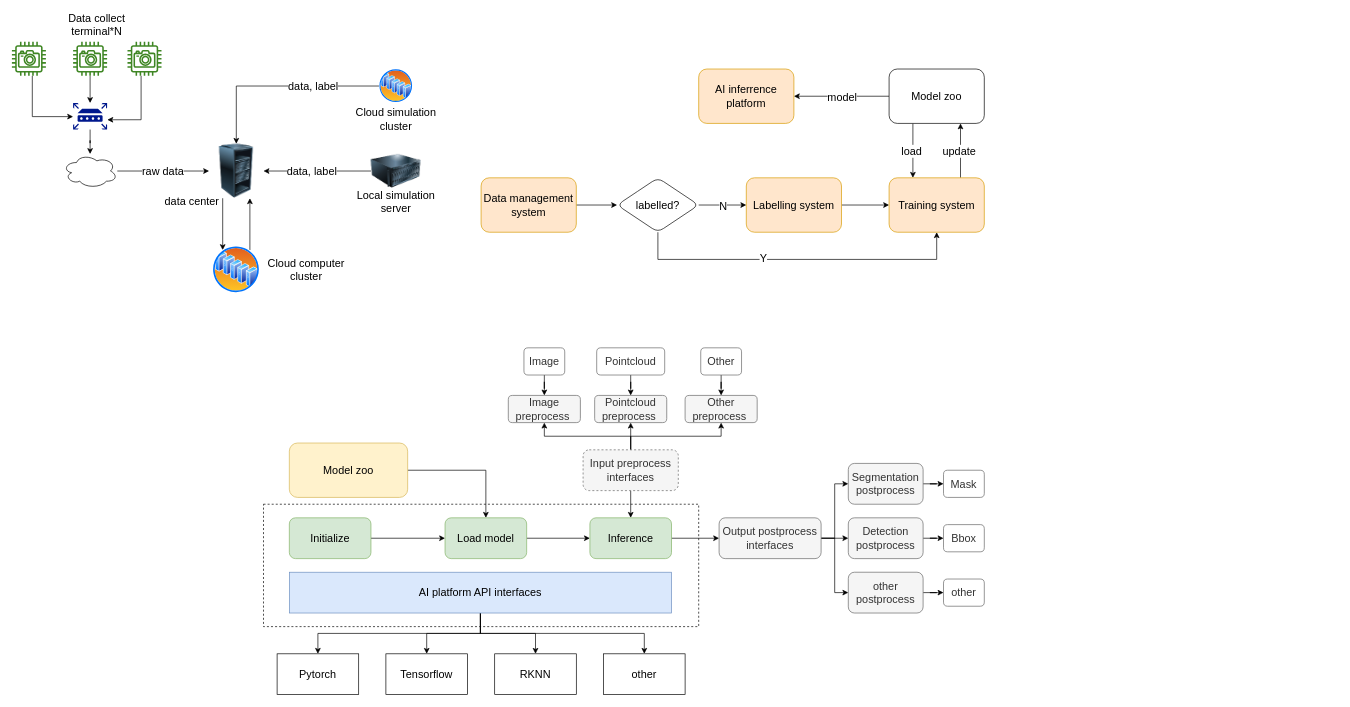
mMikaa00/For_draw_io keeps this draw.io diagram as ADU/perception/AI_iterated_evolution.drawio. Above is the earlier version. Source tidied: cells renumbered, new cells numbered last; positions are measured from the earlier drawing's top-left corner, leaving out a move shared by most shapes. Both pictures are drawn from the tidied source at 68%, with x=0, y=0 at pixel (12, 14). Pictures stored in the file or linked from it are replaced by grey dashed boxes.
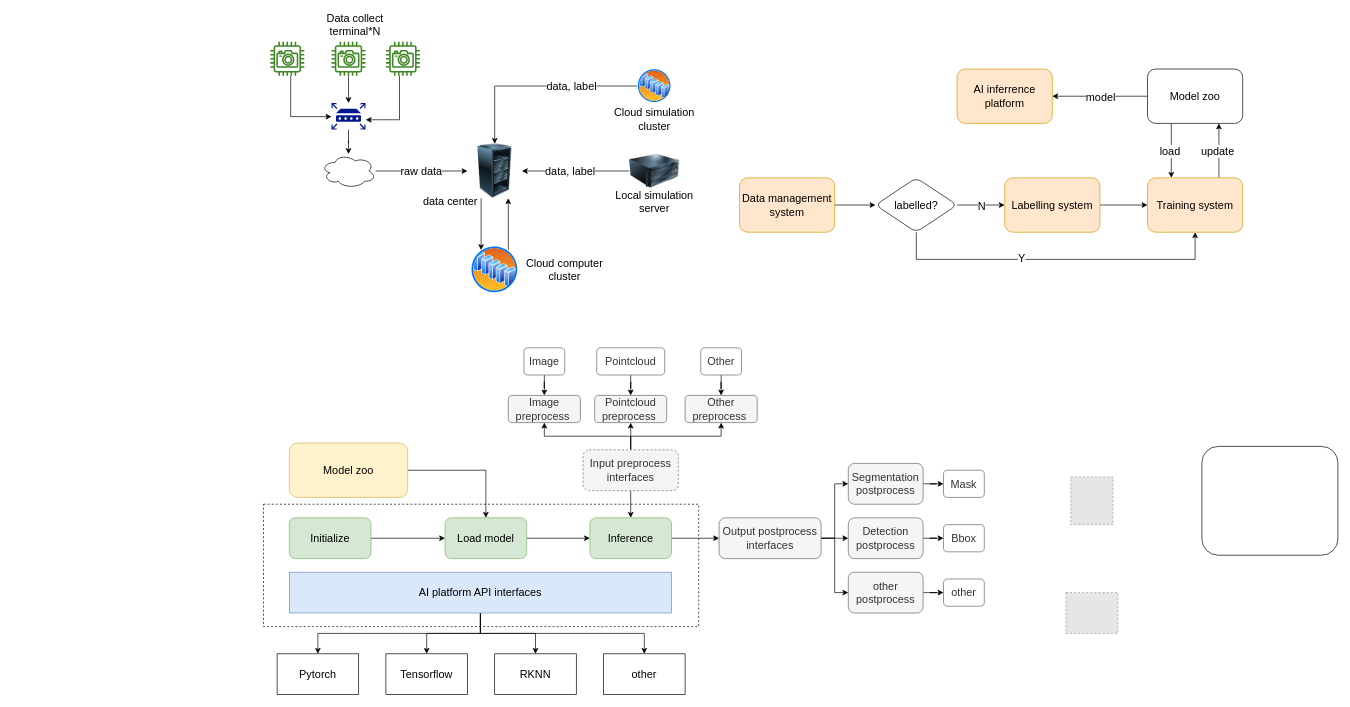
The same diagram, later.

Diff of the diagram source:
```diff
@@
     <mxCell id="3" style="edgeStyle=orthogonalEdgeStyle;rounded=0;jettySize=auto;html=1;entryX=0.5;entryY=1;entryDx=0;entryDy=0;fontSize=16;exitX=0.5;exitY=1;exitDx=0;exitDy=0;" parent="1" edge="1" source="8" target="13">
       <mxGeometry relative="1" as="geometry">
         <Array as="points">
-          <mxPoint x="950" y="360" />
-          <mxPoint x="1360" y="360" />
+          <mxPoint x="1330" y="360" />
+          <mxPoint x="1740" y="360" />
         </Array>
       </mxGeometry>
     </mxCell>
@@
     <mxCell id="5" value="Data management system" style="rounded=1;whiteSpace=wrap;html=1;fontSize=16;fillColor=#ffe6cc;strokeColor=#d79b00;" parent="1" vertex="1">
-      <mxGeometry x="690" y="240" width="140" height="80" as="geometry" />
+      <mxGeometry x="1070" y="240" width="140" height="80" as="geometry" />
     </mxCell>
@@
     <mxCell id="8" value="labelled?" style="rhombus;whiteSpace=wrap;html=1;fontSize=16;rounded=1;" parent="1" vertex="1">
-      <mxGeometry x="890" y="240" width="120" height="80" as="geometry" />
+      <mxGeometry x="1270" y="240" width="120" height="80" as="geometry" />
     </mxCell>
@@
     <mxCell id="10" value="Labelling system" style="whiteSpace=wrap;html=1;fontSize=16;rounded=1;fillColor=#ffe6cc;strokeColor=#d79b00;" parent="1" vertex="1">
-      <mxGeometry x="1080" y="240" width="140" height="80" as="geometry" />
+      <mxGeometry x="1460" y="240" width="140" height="80" as="geometry" />
     </mxCell>
@@
     <mxCell id="13" value="Training system" style="whiteSpace=wrap;html=1;fontSize=16;rounded=1;fillColor=#ffe6cc;strokeColor=#d79b00;" parent="1" vertex="1">
-      <mxGeometry x="1290" y="240" width="140" height="80" as="geometry" />
+      <mxGeometry x="1670" y="240" width="140" height="80" as="geometry" />
     </mxCell>
@@
     <mxCell id="18" value="Model zoo" style="whiteSpace=wrap;html=1;fontSize=16;rounded=1;" parent="1" vertex="1">
-      <mxGeometry x="1290" y="80" width="140" height="80" as="geometry" />
+      <mxGeometry x="1670" y="80" width="140" height="80" as="geometry" />
     </mxCell>
     <mxCell id="19" value="AI inferrence platform" style="whiteSpace=wrap;html=1;fontSize=16;rounded=1;fillColor=#ffe6cc;strokeColor=#d79b00;" parent="1" vertex="1">
-      <mxGeometry x="1010" y="80" width="140" height="80" as="geometry" />
+      <mxGeometry x="1390" y="80" width="140" height="80" as="geometry" />
     </mxCell>
     <mxCell id="20" style="edgeStyle=orthogonalEdgeStyle;rounded=0;jettySize=auto;html=1;entryX=0;entryY=0.513;entryDx=0;entryDy=0;entryPerimeter=0;fontSize=16;" parent="1" edge="1" source="21" target="30">
       <mxGeometry relative="1" as="geometry">
         <Array as="points">
-          <mxPoint x="30" y="150" />
+          <mxPoint x="410" y="150" />
         </Array>
       </mxGeometry>
     </mxCell>
     <mxCell id="21" style="sketch=0;outlineConnect=0;fontColor=#232F3E;gradientColor=none;fillColor=#3F8624;strokeColor=none;dashed=0;verticalLabelPosition=bottom;verticalAlign=top;align=center;html=1;fontSize=12;fontStyle=0;shape=mxgraph.aws4.camera;" parent="1" vertex="1">
-      <mxGeometry y="40" width="50" height="50" as="geometry" />
+      <mxGeometry x="380" y="40" width="50" height="50" as="geometry" />
     </mxCell>
@@
     <mxCell id="23" style="sketch=0;outlineConnect=0;fontColor=#232F3E;gradientColor=none;fillColor=#3F8624;strokeColor=none;dashed=0;verticalLabelPosition=bottom;verticalAlign=top;align=center;html=1;fontSize=12;fontStyle=0;shape=mxgraph.aws4.camera;" parent="1" vertex="1">
-      <mxGeometry x="90" y="40" width="50" height="50" as="geometry" />
+      <mxGeometry x="470" y="40" width="50" height="50" as="geometry" />
     </mxCell>
     <mxCell id="24" style="edgeStyle=orthogonalEdgeStyle;rounded=0;jettySize=auto;html=1;entryX=1.007;entryY=0.632;entryDx=0;entryDy=0;entryPerimeter=0;fontSize=16;" parent="1" edge="1" source="25" target="30">
       <mxGeometry relative="1" as="geometry">
         <Array as="points">
-          <mxPoint x="190" y="155" />
+          <mxPoint x="570" y="155" />
         </Array>
       </mxGeometry>
     </mxCell>
     <mxCell id="25" style="sketch=0;outlineConnect=0;fontColor=#232F3E;gradientColor=none;fillColor=#3F8624;strokeColor=none;dashed=0;verticalLabelPosition=bottom;verticalAlign=top;align=center;html=1;fontSize=12;fontStyle=0;shape=mxgraph.aws4.camera;" parent="1" vertex="1">
-      <mxGeometry x="170" y="40" width="50" height="50" as="geometry" />
+      <mxGeometry x="550" y="40" width="50" height="50" as="geometry" />
     </mxCell>
     <mxCell id="26" value="Data collect terminal*N" style="text;html=1;strokeColor=none;fillColor=none;align=center;verticalAlign=middle;whiteSpace=wrap;rounded=0;fontSize=16;" parent="1" vertex="1">
-      <mxGeometry x="60" width="130" height="30" as="geometry" />
+      <mxGeometry x="440" width="130" height="30" as="geometry" />
     </mxCell>
     <mxCell id="27" style="edgeStyle=orthogonalEdgeStyle;rounded=0;jettySize=auto;html=1;entryX=0;entryY=0.5;entryDx=0;entryDy=0;fontSize=16;startArrow=none;" parent="1" edge="1" source="33" target="32">
       <mxGeometry relative="1" as="geometry">
         <Array as="points">
-          <mxPoint x="115" y="230" />
+          <mxPoint x="495" y="230" />
         </Array>
       </mxGeometry>
     </mxCell>
@@
     <mxCell id="30" style="sketch=0;shadow=0;dashed=0;html=1;strokeColor=none;labelPosition=center;verticalLabelPosition=bottom;verticalAlign=top;align=center;fillColor=#00188D;shape=mxgraph.mscae.enterprise.router;fontSize=16;" parent="1" vertex="1">
-      <mxGeometry x="90" y="130" width="50" height="39" as="geometry" />
+      <mxGeometry x="470" y="130" width="50" height="39" as="geometry" />
     </mxCell>
     <mxCell id="31" style="edgeStyle=orthogonalEdgeStyle;rounded=0;jettySize=auto;html=1;fontSize=16;exitX=0.25;exitY=1;exitDx=0;exitDy=0;" parent="1" edge="1" source="32" target="44">
       <mxGeometry relative="1" as="geometry">
         <Array as="points">
-          <mxPoint x="310" y="330" />
-          <mxPoint x="310" y="330" />
+          <mxPoint x="690" y="330" />
+          <mxPoint x="690" y="330" />
         </Array>
       </mxGeometry>
     </mxCell>
     <mxCell id="32" style="image;html=1;image=img/lib/clip_art/computers/Server_Rack_Partial_128x128.png;fontSize=16;" parent="1" vertex="1">
-      <mxGeometry x="290" y="190" width="80" height="80" as="geometry" />
+      <mxGeometry x="670" y="190" width="80" height="80" as="geometry" />
     </mxCell>
     <mxCell id="33" style="ellipse;shape=cloud;whiteSpace=wrap;html=1;fontSize=16;" parent="1" vertex="1">
-      <mxGeometry x="75" y="205" width="80" height="50" as="geometry" />
+      <mxGeometry x="455" y="205" width="80" height="50" as="geometry" />
     </mxCell>
@@
     <mxCell id="36" style="image;html=1;image=img/lib/clip_art/computers/Server_128x128.png;fontSize=16;" parent="1" vertex="1">
-      <mxGeometry x="528" y="200" width="74" height="60" as="geometry" />
+      <mxGeometry x="908" y="200" width="74" height="60" as="geometry" />
     </mxCell>
     <mxCell id="37" value="Local simulation server" style="text;html=1;strokeColor=none;fillColor=none;align=center;verticalAlign=middle;whiteSpace=wrap;rounded=0;fontSize=16;" parent="1" vertex="1">
-      <mxGeometry x="500" y="260" width="130" height="30" as="geometry" />
+      <mxGeometry x="880" y="260" width="130" height="30" as="geometry" />
     </mxCell>
@@
     <mxCell id="41" style="perimeter=ellipsePerimeter;html=1;align=center;shadow=0;dashed=0;spacingTop=3;image;image=img/lib/active_directory/server_farm.svg;fontSize=16;" parent="1" vertex="1">
-      <mxGeometry x="540" y="80" width="50" height="50" as="geometry" />
+      <mxGeometry x="920" y="80" width="50" height="50" as="geometry" />
     </mxCell>
     <mxCell id="42" value="Cloud simulation cluster" style="text;html=1;strokeColor=none;fillColor=none;align=center;verticalAlign=middle;whiteSpace=wrap;rounded=0;fontSize=16;" parent="1" vertex="1">
-      <mxGeometry x="500" y="139" width="130" height="30" as="geometry" />
+      <mxGeometry x="880" y="139" width="130" height="30" as="geometry" />
     </mxCell>
     <mxCell id="43" style="edgeStyle=orthogonalEdgeStyle;rounded=0;jettySize=auto;html=1;entryX=0.75;entryY=1;entryDx=0;entryDy=0;fontSize=16;" parent="1" edge="1" source="44" target="32">
       <mxGeometry relative="1" as="geometry">
         <Array as="points">
-          <mxPoint x="350" y="330" />
-          <mxPoint x="350" y="330" />
+          <mxPoint x="730" y="330" />
+          <mxPoint x="730" y="330" />
         </Array>
       </mxGeometry>
     </mxCell>
     <mxCell id="44" style="perimeter=ellipsePerimeter;html=1;align=center;shadow=0;dashed=0;spacingTop=3;image;image=img/lib/active_directory/server_farm.svg;fontSize=16;" parent="1" vertex="1">
-      <mxGeometry x="295" y="340" width="70" height="70" as="geometry" />
+      <mxGeometry x="675" y="340" width="70" height="70" as="geometry" />
     </mxCell>
     <mxCell id="45" value="Cloud computer cluster" style="text;html=1;strokeColor=none;fillColor=none;align=center;verticalAlign=middle;whiteSpace=wrap;rounded=0;fontSize=16;" parent="1" vertex="1">
-      <mxGeometry x="368" y="360" width="130" height="30" as="geometry" />
+      <mxGeometry x="748" y="360" width="130" height="30" as="geometry" />
     </mxCell>
     <mxCell id="46" value="data center" style="text;html=1;strokeColor=none;fillColor=none;align=center;verticalAlign=middle;whiteSpace=wrap;rounded=0;fontSize=16;" parent="1" vertex="1">
-      <mxGeometry x="200" y="260" width="130" height="30" as="geometry" />
+      <mxGeometry x="580" y="260" width="130" height="30" as="geometry" />
     </mxCell>
@@
+    <mxCell id="92" style="fillColor=#E6E6E6;strokeColor=#999999;dashed=1;verticalLabelPosition=bottom;labelBackgroundColor=default;verticalAlign=top;" parent="1" vertex="1">
+      <mxGeometry x="1557.1" y="680" width="62.2" height="70" as="geometry" />
+    </mxCell>
+    <mxCell id="93" style="fillColor=#E6E6E6;strokeColor=#999999;dashed=1;verticalLabelPosition=bottom;labelBackgroundColor=default;verticalAlign=top;" parent="1" vertex="1">
+      <mxGeometry x="1550" y="850" width="76.5" height="60" as="geometry" />
+    </mxCell>
+    <mxCell id="94" style="rounded=1;whiteSpace=wrap;html=1;" parent="1" vertex="1">
+      <mxGeometry x="1750" y="635" width="200" height="160" as="geometry" />
+    </mxCell>
```
